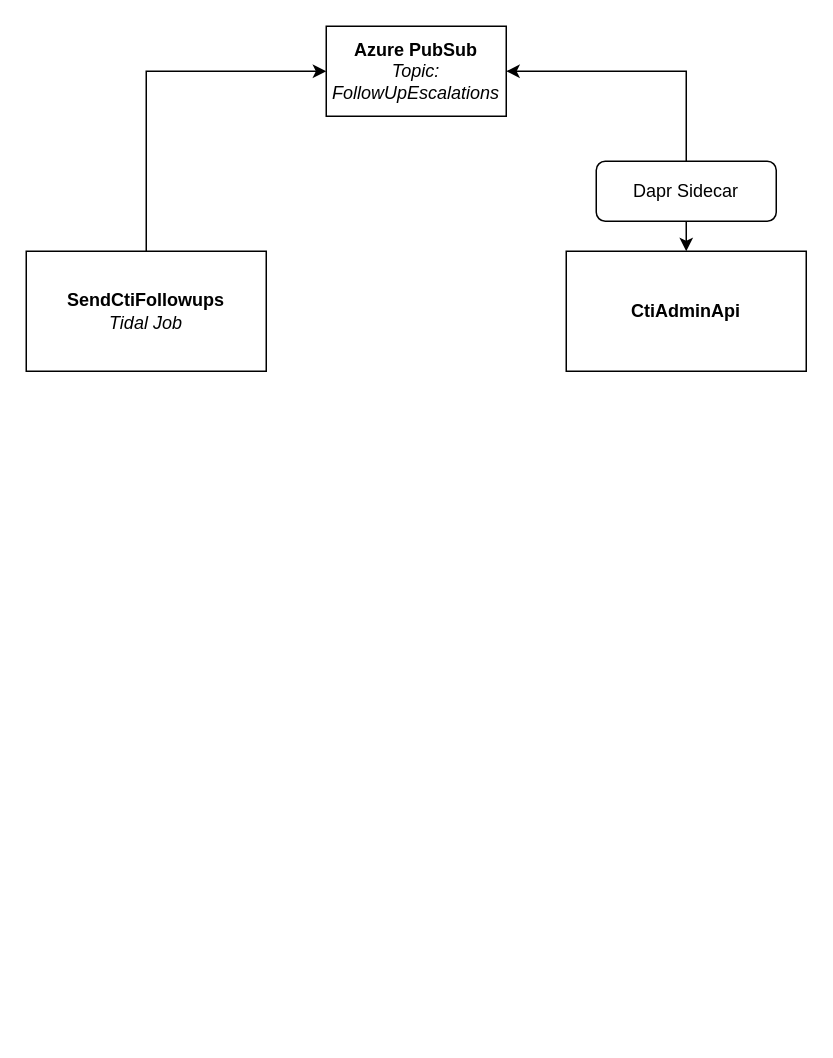
Above: Untitled Diagram.drawio in rbrodieari/Diagrams (draw.io), before the change. Source tidied: cells renumbered, new cells numbered last; positions are measured from the earlier drawing's top-left corner, leaving out a move shared by most shapes. Both pictures are drawn from the tidied source at 150%, with x=0, y=0 at pixel (26, 26).
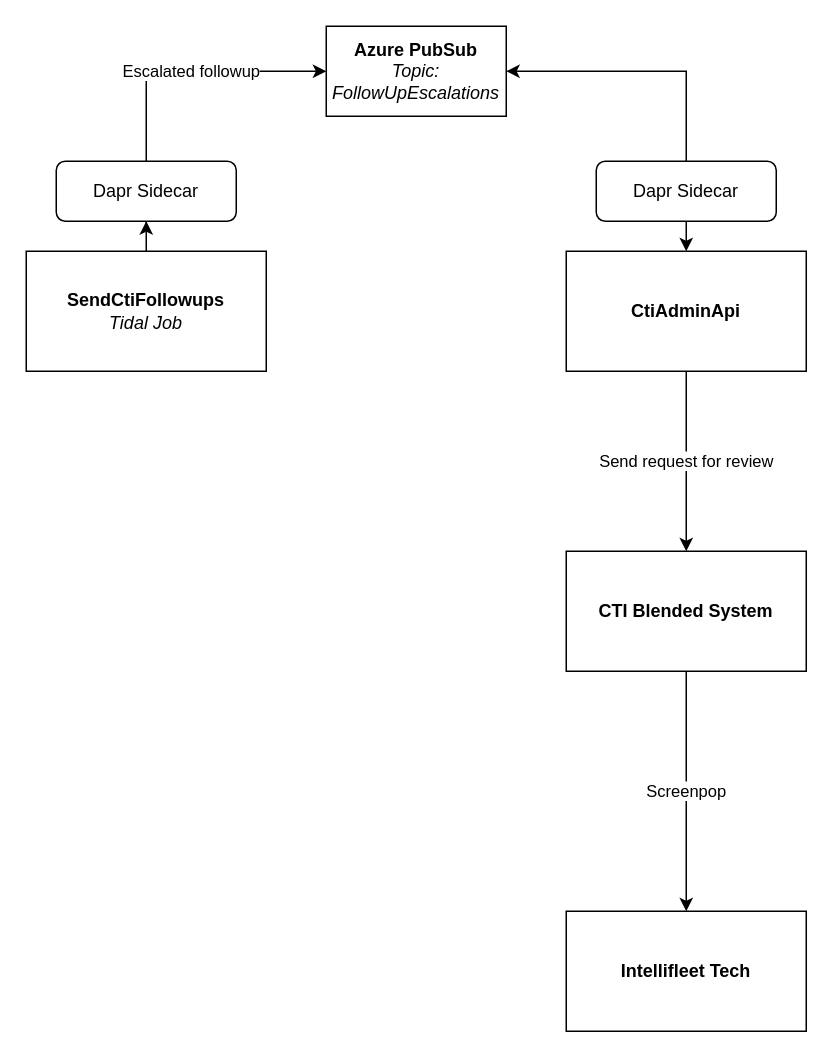
Above is the later version.

The edit, as a diff of the source:
```diff
@@
 <mxGraphModel>
   <root>
     <mxCell id="0" />
     <mxCell id="1" parent="0" />
     <mxCell id="2" value="&lt;b&gt;Azure PubSub&lt;/b&gt;&lt;br&gt;&lt;i&gt;Topic: FollowUpEscalations&lt;/i&gt;" style="rounded=0;whiteSpace=wrap;html=1;" parent="1" vertex="1">
       <mxGeometry x="200" width="120" height="60" as="geometry" />
     </mxCell>
-    <mxCell id="3" style="edgeStyle=orthogonalEdgeStyle;rounded=0;jettySize=auto;html=1;exitX=0.5;exitY=0;exitDx=0;exitDy=0;entryX=0;entryY=0.5;entryDx=0;entryDy=0;" parent="1" edge="1" source="4" target="2">
+    <mxCell id="3" value="Escalated followup" style="edgeStyle=orthogonalEdgeStyle;rounded=0;jettySize=auto;html=1;exitX=0.5;exitY=0;exitDx=0;exitDy=0;entryX=0;entryY=0.5;entryDx=0;entryDy=0;" parent="1" edge="1" source="14" target="2">
       <mxGeometry relative="1" as="geometry" />
     </mxCell>
+    <mxCell id="9" style="edgeStyle=orthogonalEdgeStyle;rounded=0;jettySize=auto;html=1;entryX=0.5;entryY=1;entryDx=0;entryDy=0;" parent="1" edge="1" source="4" target="14">
+      <mxGeometry relative="1" as="geometry" />
+    </mxCell>
     <mxCell id="4" value="&lt;b&gt;SendCtiFollowups&lt;/b&gt;&lt;br&gt;&lt;i&gt;Tidal Job&lt;/i&gt;" style="rounded=0;whiteSpace=wrap;html=1;" parent="1" vertex="1">
       <mxGeometry y="150" width="160" height="80" as="geometry" />
     </mxCell>
     <mxCell id="5" style="edgeStyle=orthogonalEdgeStyle;rounded=0;jettySize=auto;html=1;exitX=0.5;exitY=0;exitDx=0;exitDy=0;entryX=1;entryY=0.5;entryDx=0;entryDy=0;" parent="1" edge="1" source="8" target="2">
       <mxGeometry relative="1" as="geometry" />
     </mxCell>
     <mxCell id="6" value="&lt;b&gt;CtiAdminApi&lt;/b&gt;" style="rounded=0;whiteSpace=wrap;html=1;" parent="1" vertex="1">
       <mxGeometry x="360" y="150" width="160" height="80" as="geometry" />
     </mxCell>
     <mxCell id="7" style="endArrow=classic;html=1;rounded=0;exitX=0.5;exitY=1;exitDx=0;exitDy=0;entryX=0.5;entryY=0;entryDx=0;entryDy=0;" parent="1" edge="1" source="8" target="6">
       <mxGeometry relative="1" as="geometry" />
     </mxCell>
     <mxCell id="8" value="Dapr Sidecar" style="rounded=1;whiteSpace=wrap;html=1;" parent="1" vertex="1">
       <mxGeometry x="380" y="90" width="120" height="40" as="geometry" />
     </mxCell>
+    <mxCell id="10" value="&lt;b&gt;Intellifleet Tech&lt;/b&gt;" style="rounded=0;whiteSpace=wrap;html=1;" parent="1" vertex="1">
+      <mxGeometry x="360" y="590" width="160" height="80" as="geometry" />
+    </mxCell>
+    <mxCell id="11" value="Screenpop" style="edgeStyle=orthogonalEdgeStyle;rounded=0;jettySize=auto;html=1;entryX=0.5;entryY=0;entryDx=0;entryDy=0;" parent="1" edge="1" source="12" target="10">
+      <mxGeometry relative="1" as="geometry" />
+    </mxCell>
+    <mxCell id="12" value="&lt;b&gt;CTI Blended System&lt;/b&gt;" style="rounded=0;whiteSpace=wrap;html=1;" parent="1" vertex="1">
+      <mxGeometry x="360" y="350" width="160" height="80" as="geometry" />
+    </mxCell>
+    <mxCell id="13" value="Send request for review" style="endArrow=classic;html=1;rounded=0;exitX=0.5;exitY=1;exitDx=0;exitDy=0;entryX=0.5;entryY=0;entryDx=0;entryDy=0;" parent="1" edge="1" source="6" target="12">
+      <mxGeometry relative="1" as="geometry" />
+    </mxCell>
+    <mxCell id="14" value="Dapr Sidecar" style="rounded=1;whiteSpace=wrap;html=1;" parent="1" vertex="1">
+      <mxGeometry x="20" y="90" width="120" height="40" as="geometry" />
+    </mxCell>
   </root>
 </mxGraphModel>
```
